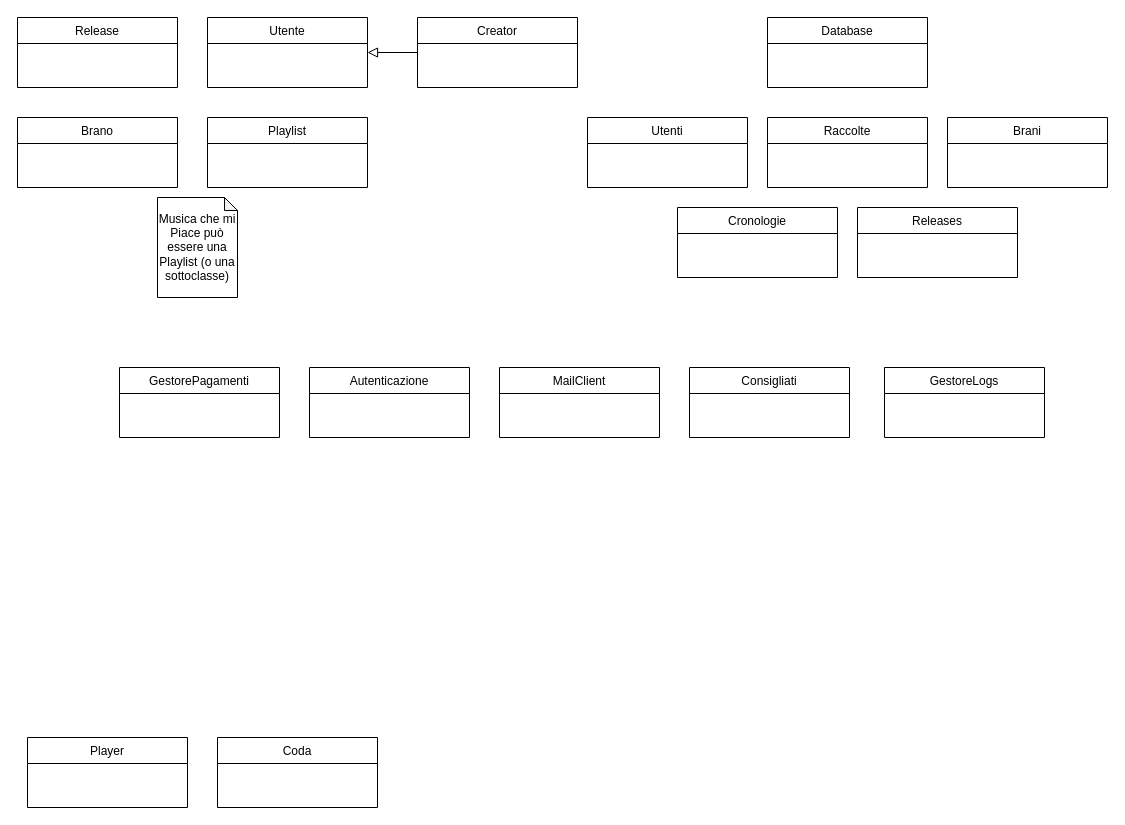
Above: Altri diagrammi/Class Diagram.drawio in web-music-player/docs (draw.io), before the change. Source tidied: cells renumbered, new cells numbered last; positions are measured from the earlier drawing's top-left corner, leaving out a move shared by most shapes. Both pictures are drawn from the tidied source at 100%, with x=0, y=0 at pixel (17, 17).
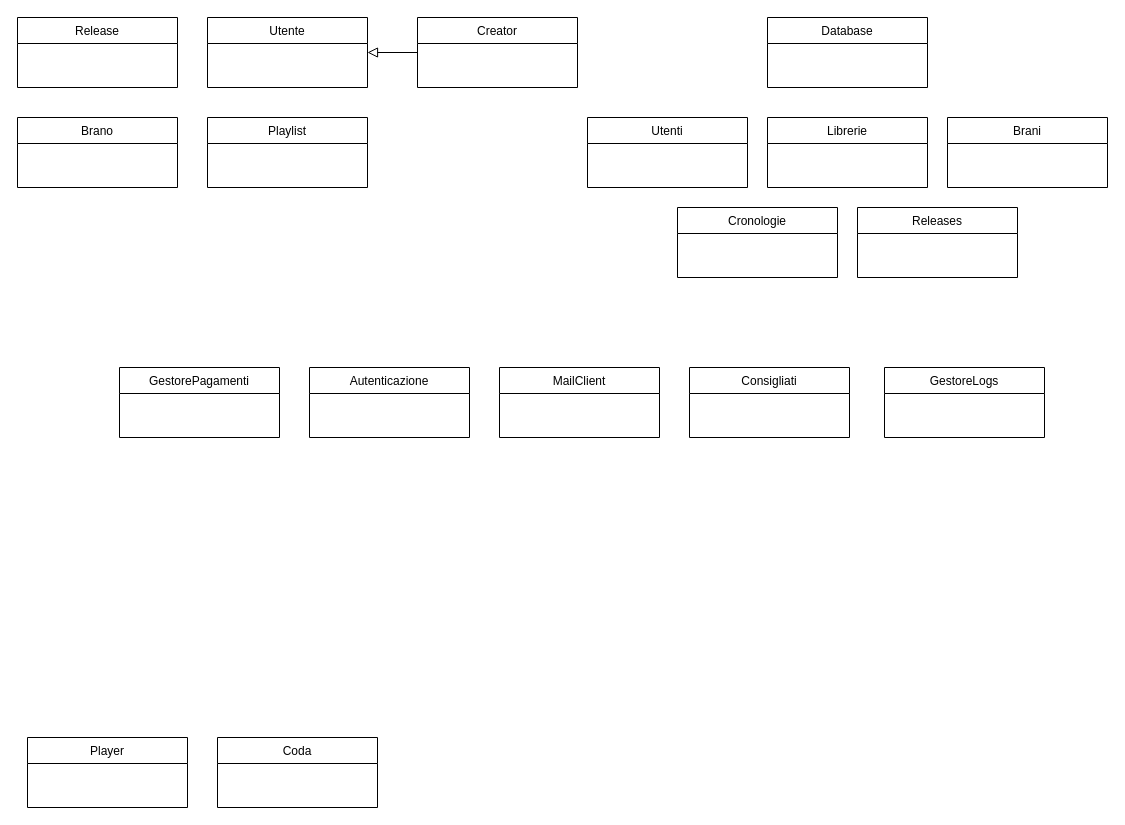
The same diagram, later.

Commit message:
Cambiato nome Classe a Librerie

What changed in the source:
```diff
@@
-    <mxCell id="6" value="&lt;div&gt;Musica che mi&lt;/div&gt;&lt;div&gt;Piace può essere una Playlist (o una sottoclasse)&lt;br&gt;&lt;/div&gt;" style="shape=note;whiteSpace=wrap;html=1;backgroundOutline=1;darkOpacity=0.05;size=13;" parent="1" vertex="1">
-      <mxGeometry x="140" y="180" width="80" height="100" as="geometry" />
-    </mxCell>
@@
-    <mxCell id="11" value="Raccolte" style="swimlane;fontStyle=0;align=center;verticalAlign=top;horizontal=1;startSize=26;rounded=0;shadow=0;strokeWidth=1;" parent="1" vertex="1">
+    <mxCell id="11" value="Librerie" style="swimlane;fontStyle=0;align=center;verticalAlign=top;horizontal=1;startSize=26;rounded=0;shadow=0;strokeWidth=1;" parent="1" vertex="1">
       <mxGeometry x="750" y="100" width="160" height="70" as="geometry" />
     </mxCell>
```
